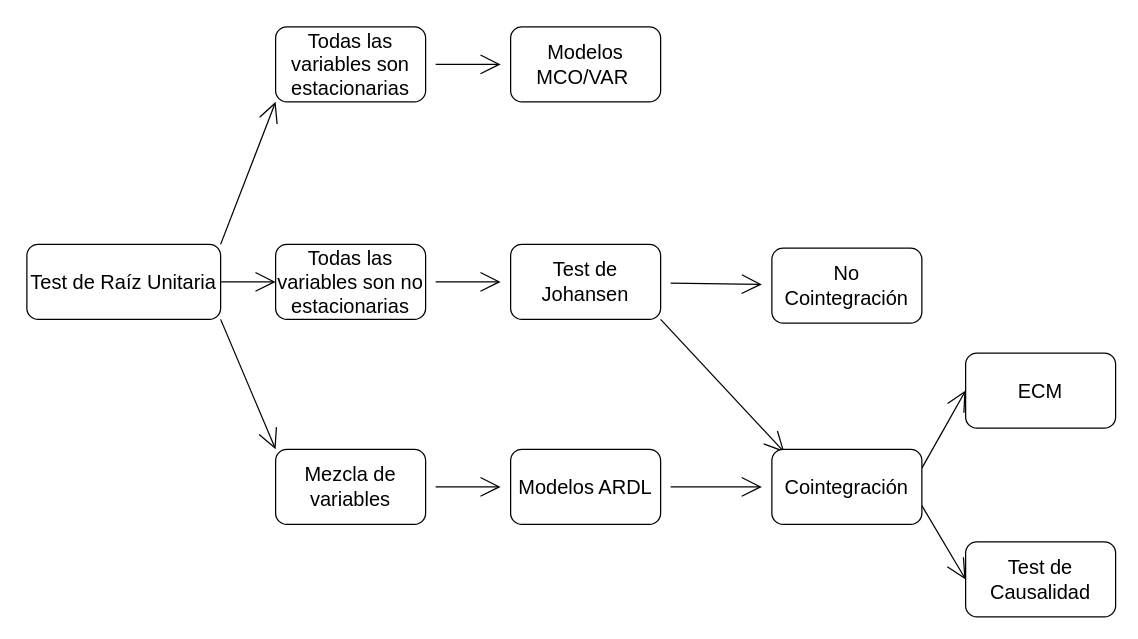
Earlier version of the draw.io diagram emoji/Diagrama sin título.drawio (joel-x/markdown-editor). Source tidied: cells renumbered, new cells numbered last; positions are measured from the earlier drawing's top-left corner, leaving out a move shared by most shapes. Both pictures are drawn from the tidied source at 125%, with x=0, y=0 at pixel (26, 26).
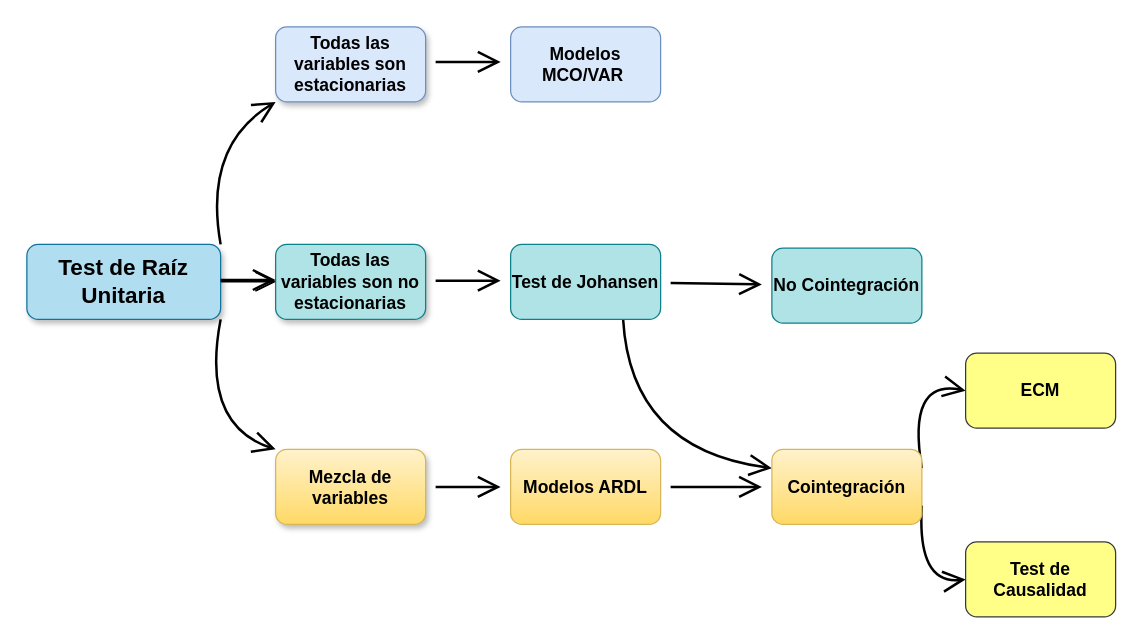
The same diagram, later.

Change to the diagram source:
```diff
@@
-    <mxCell id="2" style="edgeStyle=none;curved=1;rounded=0;jettySize=auto;html=1;fontSize=12;endArrow=open;startSize=14;endSize=14;sourcePerimeterSpacing=8;targetPerimeterSpacing=8;entryX=0;entryY=1;entryDx=0;entryDy=0;exitX=0;exitY=1;exitDx=0;exitDy=0;" parent="1" edge="1" source="5" target="9">
-      <mxGeometry relative="1" as="geometry" />
+    <mxCell id="2" style="edgeStyle=none;jettySize=auto;html=1;fontSize=12;endArrow=open;startSize=14;endSize=14;sourcePerimeterSpacing=8;targetPerimeterSpacing=8;entryX=0;entryY=1;entryDx=0;entryDy=0;exitX=0;exitY=1;exitDx=0;exitDy=0;curved=1;strokeWidth=2;" parent="1" edge="1" source="5" target="9">
+      <mxGeometry relative="1" as="geometry">
+        <Array as="points">
+          <mxPoint x="141" y="95" />
+        </Array>
+      </mxGeometry>
     </mxCell>
-    <mxCell id="3" style="edgeStyle=none;curved=1;rounded=0;jettySize=auto;html=1;fontSize=12;endArrow=open;startSize=14;endSize=14;sourcePerimeterSpacing=8;targetPerimeterSpacing=8;exitX=0;exitY=0.5;exitDx=0;exitDy=0;entryX=0;entryY=0.5;entryDx=0;entryDy=0;entryPerimeter=0;" parent="1" edge="1" source="5" target="7">
+    <mxCell id="3" style="edgeStyle=none;curved=1;rounded=1;jettySize=auto;html=1;fontSize=12;endArrow=open;startSize=14;endSize=14;sourcePerimeterSpacing=8;targetPerimeterSpacing=8;exitX=0;exitY=0.5;exitDx=0;exitDy=0;entryX=0;entryY=0.5;entryDx=0;entryDy=0;entryPerimeter=0;" parent="1" edge="1" source="5" target="7">
       <mxGeometry relative="1" as="geometry" />
     </mxCell>
-    <mxCell id="4" style="edgeStyle=none;curved=1;rounded=0;jettySize=auto;html=1;exitX=0;exitY=0;exitDx=0;exitDy=0;entryX=0;entryY=0;entryDx=0;entryDy=0;fontSize=12;endArrow=open;startSize=14;endSize=14;sourcePerimeterSpacing=8;targetPerimeterSpacing=8;" parent="1" edge="1" source="5" target="11">
-      <mxGeometry relative="1" as="geometry" />
+    <mxCell id="4" style="edgeStyle=none;curved=1;rounded=1;jettySize=auto;html=1;exitX=0;exitY=0;exitDx=0;exitDy=0;entryX=0;entryY=0;entryDx=0;entryDy=0;fontSize=12;endArrow=open;startSize=14;endSize=14;sourcePerimeterSpacing=8;targetPerimeterSpacing=8;strokeWidth=2;" parent="1" edge="1" source="5" target="11">
+      <mxGeometry relative="1" as="geometry">
+        <Array as="points">
+          <mxPoint x="139" y="318" />
+        </Array>
+      </mxGeometry>
     </mxCell>
-    <mxCell id="5" value="Test de Raíz Unitaria" style="rounded=1;whiteSpace=wrap;html=1;fontSize=16;direction=west;" parent="1" vertex="1">
+    <mxCell id="5" value="Test de Raíz Unitaria" style="rounded=1;whiteSpace=wrap;html=1;fontSize=18;direction=west;fillColor=#b1ddf0;fontStyle=1;glass=0;shadow=1;sketch=0;strokeColor=#10739e;" parent="1" vertex="1">
       <mxGeometry y="174" width="155" height="60" as="geometry" />
     </mxCell>
-    <mxCell id="6" style="edgeStyle=none;curved=1;rounded=0;jettySize=auto;html=1;fontSize=12;endArrow=open;startSize=14;endSize=14;sourcePerimeterSpacing=8;targetPerimeterSpacing=8;" parent="1" edge="1" source="7" target="15">
-      <mxGeometry relative="1" as="geometry" />
-    </mxCell>
-    <mxCell id="7" value="Todas las variables son no estacionarias" style="whiteSpace=wrap;html=1;fontSize=16;rounded=1;" parent="1" vertex="1">
+    <mxCell id="7" value="Todas las variables son no estacionarias" style="whiteSpace=wrap;html=1;fontSize=14;rounded=1;fontStyle=1;fillColor=#b0e3e6;strokeColor=#0e8088;shadow=1;" parent="1" vertex="1">
       <mxGeometry x="199" y="174" width="120" height="60" as="geometry" />
     </mxCell>
-    <mxCell id="8" style="edgeStyle=none;curved=1;rounded=0;jettySize=auto;html=1;fontSize=12;endArrow=open;startSize=14;endSize=14;sourcePerimeterSpacing=8;targetPerimeterSpacing=8;" parent="1" edge="1" source="9" target="12">
-      <mxGeometry relative="1" as="geometry" />
-    </mxCell>
-    <mxCell id="9" value="Todas las variables son estacionarias" style="whiteSpace=wrap;html=1;fontSize=16;rounded=1;" parent="1" vertex="1">
+    <mxCell id="9" value="Todas las variables son estacionarias" style="whiteSpace=wrap;html=1;fontSize=14;rounded=1;strokeColor=#6c8ebf;fontStyle=1;shadow=1;fillColor=#dae8fc;" parent="1" vertex="1">
       <mxGeometry x="199" width="120" height="60" as="geometry" />
     </mxCell>
-    <mxCell id="10" style="edgeStyle=none;curved=1;rounded=0;jettySize=auto;html=1;fontSize=12;endArrow=open;startSize=14;endSize=14;sourcePerimeterSpacing=8;targetPerimeterSpacing=8;" parent="1" edge="1" source="11" target="17">
+    <mxCell id="10" style="edgeStyle=none;curved=1;rounded=1;jettySize=auto;html=1;fontSize=12;endArrow=open;startSize=14;endSize=14;sourcePerimeterSpacing=8;targetPerimeterSpacing=8;strokeWidth=2;" parent="1" edge="1" source="11" target="17">
       <mxGeometry relative="1" as="geometry" />
     </mxCell>
-    <mxCell id="11" value="Mezcla de variables" style="whiteSpace=wrap;html=1;fontSize=16;rounded=1;" parent="1" vertex="1">
+    <mxCell id="11" value="Mezcla de variables" style="whiteSpace=wrap;html=1;fontSize=14;rounded=1;fontStyle=1;fillColor=#fff2cc;strokeColor=#d6b656;shadow=1;gradientColor=#ffd966;" parent="1" vertex="1">
       <mxGeometry x="199" y="338" width="120" height="60" as="geometry" />
     </mxCell>
-    <mxCell id="12" value="Modelos MCO/VAR&amp;nbsp;" style="whiteSpace=wrap;html=1;fontSize=16;rounded=1;" parent="1" vertex="1">
+    <mxCell id="12" value="Modelos MCO/VAR&amp;nbsp;" style="whiteSpace=wrap;html=1;fontSize=14;rounded=1;fontStyle=1;fillColor=#dae8fc;strokeColor=#6c8ebf;" parent="1" vertex="1">
       <mxGeometry x="387" width="120" height="60" as="geometry" />
     </mxCell>
-    <mxCell id="13" style="edgeStyle=none;curved=1;rounded=0;jettySize=auto;html=1;fontSize=12;endArrow=open;startSize=14;endSize=14;sourcePerimeterSpacing=8;targetPerimeterSpacing=8;" parent="1" edge="1" source="15" target="21">
+    <mxCell id="13" style="edgeStyle=none;curved=1;rounded=1;jettySize=auto;html=1;fontSize=12;endArrow=open;startSize=14;endSize=14;sourcePerimeterSpacing=8;targetPerimeterSpacing=8;strokeWidth=2;" parent="1" edge="1" source="15" target="21">
       <mxGeometry relative="1" as="geometry" />
     </mxCell>
-    <mxCell id="14" style="edgeStyle=none;curved=1;rounded=0;jettySize=auto;html=1;exitX=1;exitY=1;exitDx=0;exitDy=0;entryX=0.083;entryY=0.037;entryDx=0;entryDy=0;entryPerimeter=0;fontSize=12;endArrow=open;startSize=14;endSize=14;sourcePerimeterSpacing=8;targetPerimeterSpacing=8;" parent="1" edge="1" source="15" target="20">
-      <mxGeometry relative="1" as="geometry" />
+    <mxCell id="14" style="edgeStyle=none;curved=1;rounded=1;jettySize=auto;html=1;exitX=0.75;exitY=1;exitDx=0;exitDy=0;entryX=0;entryY=0.25;entryDx=0;entryDy=0;fontSize=12;endArrow=open;startSize=14;endSize=14;sourcePerimeterSpacing=8;targetPerimeterSpacing=8;strokeWidth=2;" parent="1" edge="1" source="15" target="20">
+      <mxGeometry relative="1" as="geometry">
+        <Array as="points">
+          <mxPoint x="483" y="338" />
+        </Array>
+      </mxGeometry>
     </mxCell>
-    <mxCell id="15" value="Test de Johansen" style="whiteSpace=wrap;html=1;fontSize=16;rounded=1;" parent="1" vertex="1">
+    <mxCell id="15" value="Test de Johansen" style="whiteSpace=wrap;html=1;fontSize=14;rounded=1;fontStyle=1;fillColor=#b0e3e6;strokeColor=#0e8088;" parent="1" vertex="1">
       <mxGeometry x="387" y="174" width="120" height="60" as="geometry" />
     </mxCell>
-    <mxCell id="16" style="edgeStyle=none;curved=1;rounded=0;jettySize=auto;html=1;fontSize=12;endArrow=open;startSize=14;endSize=14;sourcePerimeterSpacing=8;targetPerimeterSpacing=8;" parent="1" edge="1" source="17" target="20">
+    <mxCell id="16" style="edgeStyle=none;curved=1;rounded=1;jettySize=auto;html=1;fontSize=12;endArrow=open;startSize=14;endSize=14;sourcePerimeterSpacing=8;targetPerimeterSpacing=8;strokeWidth=2;" parent="1" edge="1" source="17" target="20">
       <mxGeometry relative="1" as="geometry" />
     </mxCell>
-    <mxCell id="17" value="Modelos ARDL" style="whiteSpace=wrap;html=1;fontSize=16;rounded=1;" parent="1" vertex="1">
+    <mxCell id="17" value="Modelos ARDL" style="whiteSpace=wrap;html=1;fontSize=14;rounded=1;fontStyle=1;fillColor=#fff2cc;strokeColor=#d6b656;gradientColor=#ffd966;" parent="1" vertex="1">
       <mxGeometry x="387" y="338" width="120" height="60" as="geometry" />
     </mxCell>
-    <mxCell id="18" style="edgeStyle=none;curved=1;rounded=0;jettySize=auto;html=1;exitX=1;exitY=0.25;exitDx=0;exitDy=0;entryX=0;entryY=0.5;entryDx=0;entryDy=0;fontSize=12;endArrow=open;startSize=14;endSize=14;sourcePerimeterSpacing=8;targetPerimeterSpacing=8;" parent="1" edge="1" source="20" target="23">
-      <mxGeometry relative="1" as="geometry" />
+    <mxCell id="18" style="edgeStyle=none;curved=1;rounded=1;jettySize=auto;html=1;exitX=1;exitY=0.25;exitDx=0;exitDy=0;entryX=0;entryY=0.5;entryDx=0;entryDy=0;fontSize=12;endArrow=open;startSize=14;endSize=14;sourcePerimeterSpacing=8;targetPerimeterSpacing=8;strokeWidth=2;" parent="1" edge="1" source="20" target="23">
+      <mxGeometry relative="1" as="geometry">
+        <Array as="points">
+          <mxPoint x="704" y="282" />
+        </Array>
+      </mxGeometry>
     </mxCell>
-    <mxCell id="19" style="edgeStyle=none;curved=1;rounded=0;jettySize=auto;html=1;exitX=1;exitY=0.75;exitDx=0;exitDy=0;entryX=0;entryY=0.5;entryDx=0;entryDy=0;fontSize=12;endArrow=open;startSize=14;endSize=14;sourcePerimeterSpacing=8;targetPerimeterSpacing=8;" parent="1" edge="1" source="20" target="22">
-      <mxGeometry relative="1" as="geometry" />
+    <mxCell id="19" style="edgeStyle=none;curved=1;rounded=1;jettySize=auto;html=1;exitX=1;exitY=0.75;exitDx=0;exitDy=0;entryX=0;entryY=0.5;entryDx=0;entryDy=0;fontSize=12;endArrow=open;startSize=14;endSize=14;sourcePerimeterSpacing=8;targetPerimeterSpacing=8;strokeWidth=2;" parent="1" edge="1" source="20" target="22">
+      <mxGeometry relative="1" as="geometry">
+        <Array as="points">
+          <mxPoint x="712" y="446" />
+        </Array>
+      </mxGeometry>
     </mxCell>
-    <mxCell id="20" value="Cointegración" style="whiteSpace=wrap;html=1;fontSize=16;rounded=1;" parent="1" vertex="1">
+    <mxCell id="20" value="Cointegración" style="whiteSpace=wrap;html=1;fontSize=14;rounded=1;fontStyle=1;fillColor=#fff2cc;strokeColor=#d6b656;gradientColor=#ffd966;" parent="1" vertex="1">
       <mxGeometry x="596" y="338" width="120" height="60" as="geometry" />
     </mxCell>
-    <mxCell id="21" value="No Cointegración" style="whiteSpace=wrap;html=1;fontSize=16;rounded=1;" parent="1" vertex="1">
+    <mxCell id="21" value="No Cointegración" style="whiteSpace=wrap;html=1;fontSize=14;rounded=1;fontStyle=1;fillColor=#b0e3e6;strokeColor=#0e8088;" parent="1" vertex="1">
       <mxGeometry x="596" y="177" width="120" height="60" as="geometry" />
     </mxCell>
-    <mxCell id="22" value="Test de Causalidad" style="whiteSpace=wrap;html=1;fontSize=16;rounded=1;" parent="1" vertex="1">
+    <mxCell id="22" value="Test de Causalidad" style="whiteSpace=wrap;html=1;fontSize=14;rounded=1;fontStyle=1;fillColor=#ffff88;strokeColor=#36393d;" parent="1" vertex="1">
       <mxGeometry x="751" y="412" width="120" height="60" as="geometry" />
     </mxCell>
-    <mxCell id="23" value="ECM" style="whiteSpace=wrap;html=1;fontSize=16;rounded=1;" parent="1" vertex="1">
+    <mxCell id="23" value="ECM" style="whiteSpace=wrap;html=1;fontSize=14;rounded=1;fontStyle=1;fillColor=#ffff88;strokeColor=#36393d;" parent="1" vertex="1">
       <mxGeometry x="751" y="261" width="120" height="60" as="geometry" />
     </mxCell>
+    <mxCell id="24" style="edgeStyle=none;curved=1;rounded=1;orthogonalLoop=1;jettySize=auto;html=1;fontSize=12;endArrow=open;startSize=14;endSize=14;sourcePerimeterSpacing=8;targetPerimeterSpacing=8;exitX=0;exitY=0.5;exitDx=0;exitDy=0;entryX=0;entryY=0.5;entryDx=0;entryDy=0;entryPerimeter=0;" parent="1" edge="1">
+      <mxGeometry relative="1" as="geometry">
+        <mxPoint x="155" y="203.5" as="sourcePoint" />
+        <mxPoint x="199" y="203.5" as="targetPoint" />
+      </mxGeometry>
+    </mxCell>
+    <mxCell id="25" style="edgeStyle=none;curved=1;rounded=1;orthogonalLoop=1;jettySize=auto;html=1;fontSize=12;endArrow=open;startSize=14;endSize=14;sourcePerimeterSpacing=8;targetPerimeterSpacing=8;strokeWidth=2;" parent="1" edge="1">
+      <mxGeometry relative="1" as="geometry">
+        <mxPoint x="327" y="203" as="sourcePoint" />
+        <mxPoint x="379" y="203" as="targetPoint" />
+      </mxGeometry>
+    </mxCell>
+    <mxCell id="26" style="edgeStyle=none;curved=1;rounded=1;orthogonalLoop=1;jettySize=auto;html=1;fontSize=12;endArrow=open;startSize=14;endSize=14;sourcePerimeterSpacing=8;targetPerimeterSpacing=8;strokeWidth=2;" parent="1" edge="1">
+      <mxGeometry relative="1" as="geometry">
+        <mxPoint x="327" y="28" as="sourcePoint" />
+        <mxPoint x="379" y="28" as="targetPoint" />
+      </mxGeometry>
+    </mxCell>
+    <mxCell id="27" style="edgeStyle=none;curved=1;rounded=1;orthogonalLoop=1;jettySize=auto;html=1;fontSize=12;endArrow=open;startSize=14;endSize=14;sourcePerimeterSpacing=8;targetPerimeterSpacing=8;exitX=0;exitY=0.5;exitDx=0;exitDy=0;entryX=0;entryY=0.5;entryDx=0;entryDy=0;entryPerimeter=0;strokeWidth=2;" parent="1" edge="1">
+      <mxGeometry relative="1" as="geometry">
+        <mxPoint x="155" y="202.5" as="sourcePoint" />
+        <mxPoint x="199" y="202.5" as="targetPoint" />
+      </mxGeometry>
+    </mxCell>
```
